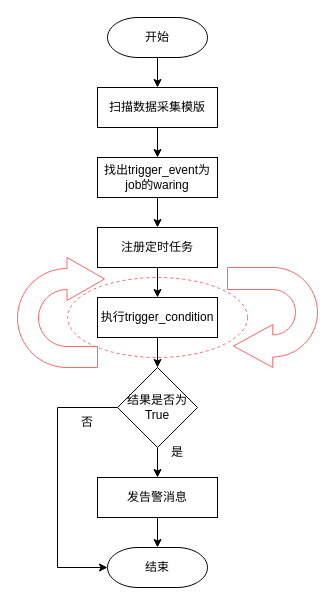
xiaofang168/files keeps this draw.io diagram as page "Page-2" (2 of 2) of drawio/动态打包流程.drawio. Above is the earlier version. Source tidied: cells renumbered, new cells numbered last; positions are measured from the earlier drawing's top-left corner, leaving out a move shared by most shapes. Both pictures are drawn from the tidied source at 100%, with x=0, y=0 at pixel (17, 17).
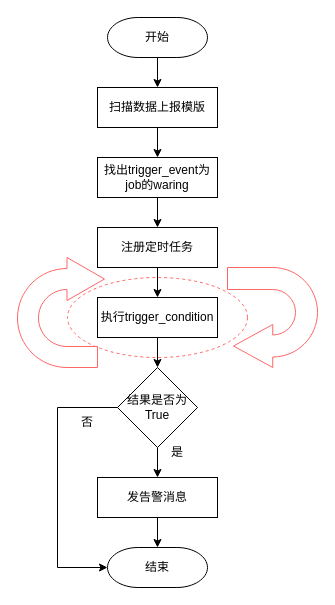
The same diagram, later.

The edit, as a diff of the source:
```diff
@@
-    <mxCell id="3" value="扫描数据采集模版" style="rounded=0;whiteSpace=wrap;html=1;" parent="1" vertex="1">
+    <mxCell id="3" value="扫描数据上报模版" style="rounded=0;whiteSpace=wrap;html=1;" parent="1" vertex="1">
       <mxGeometry x="80" y="70" width="120" height="40" as="geometry" />
     </mxCell>
```
